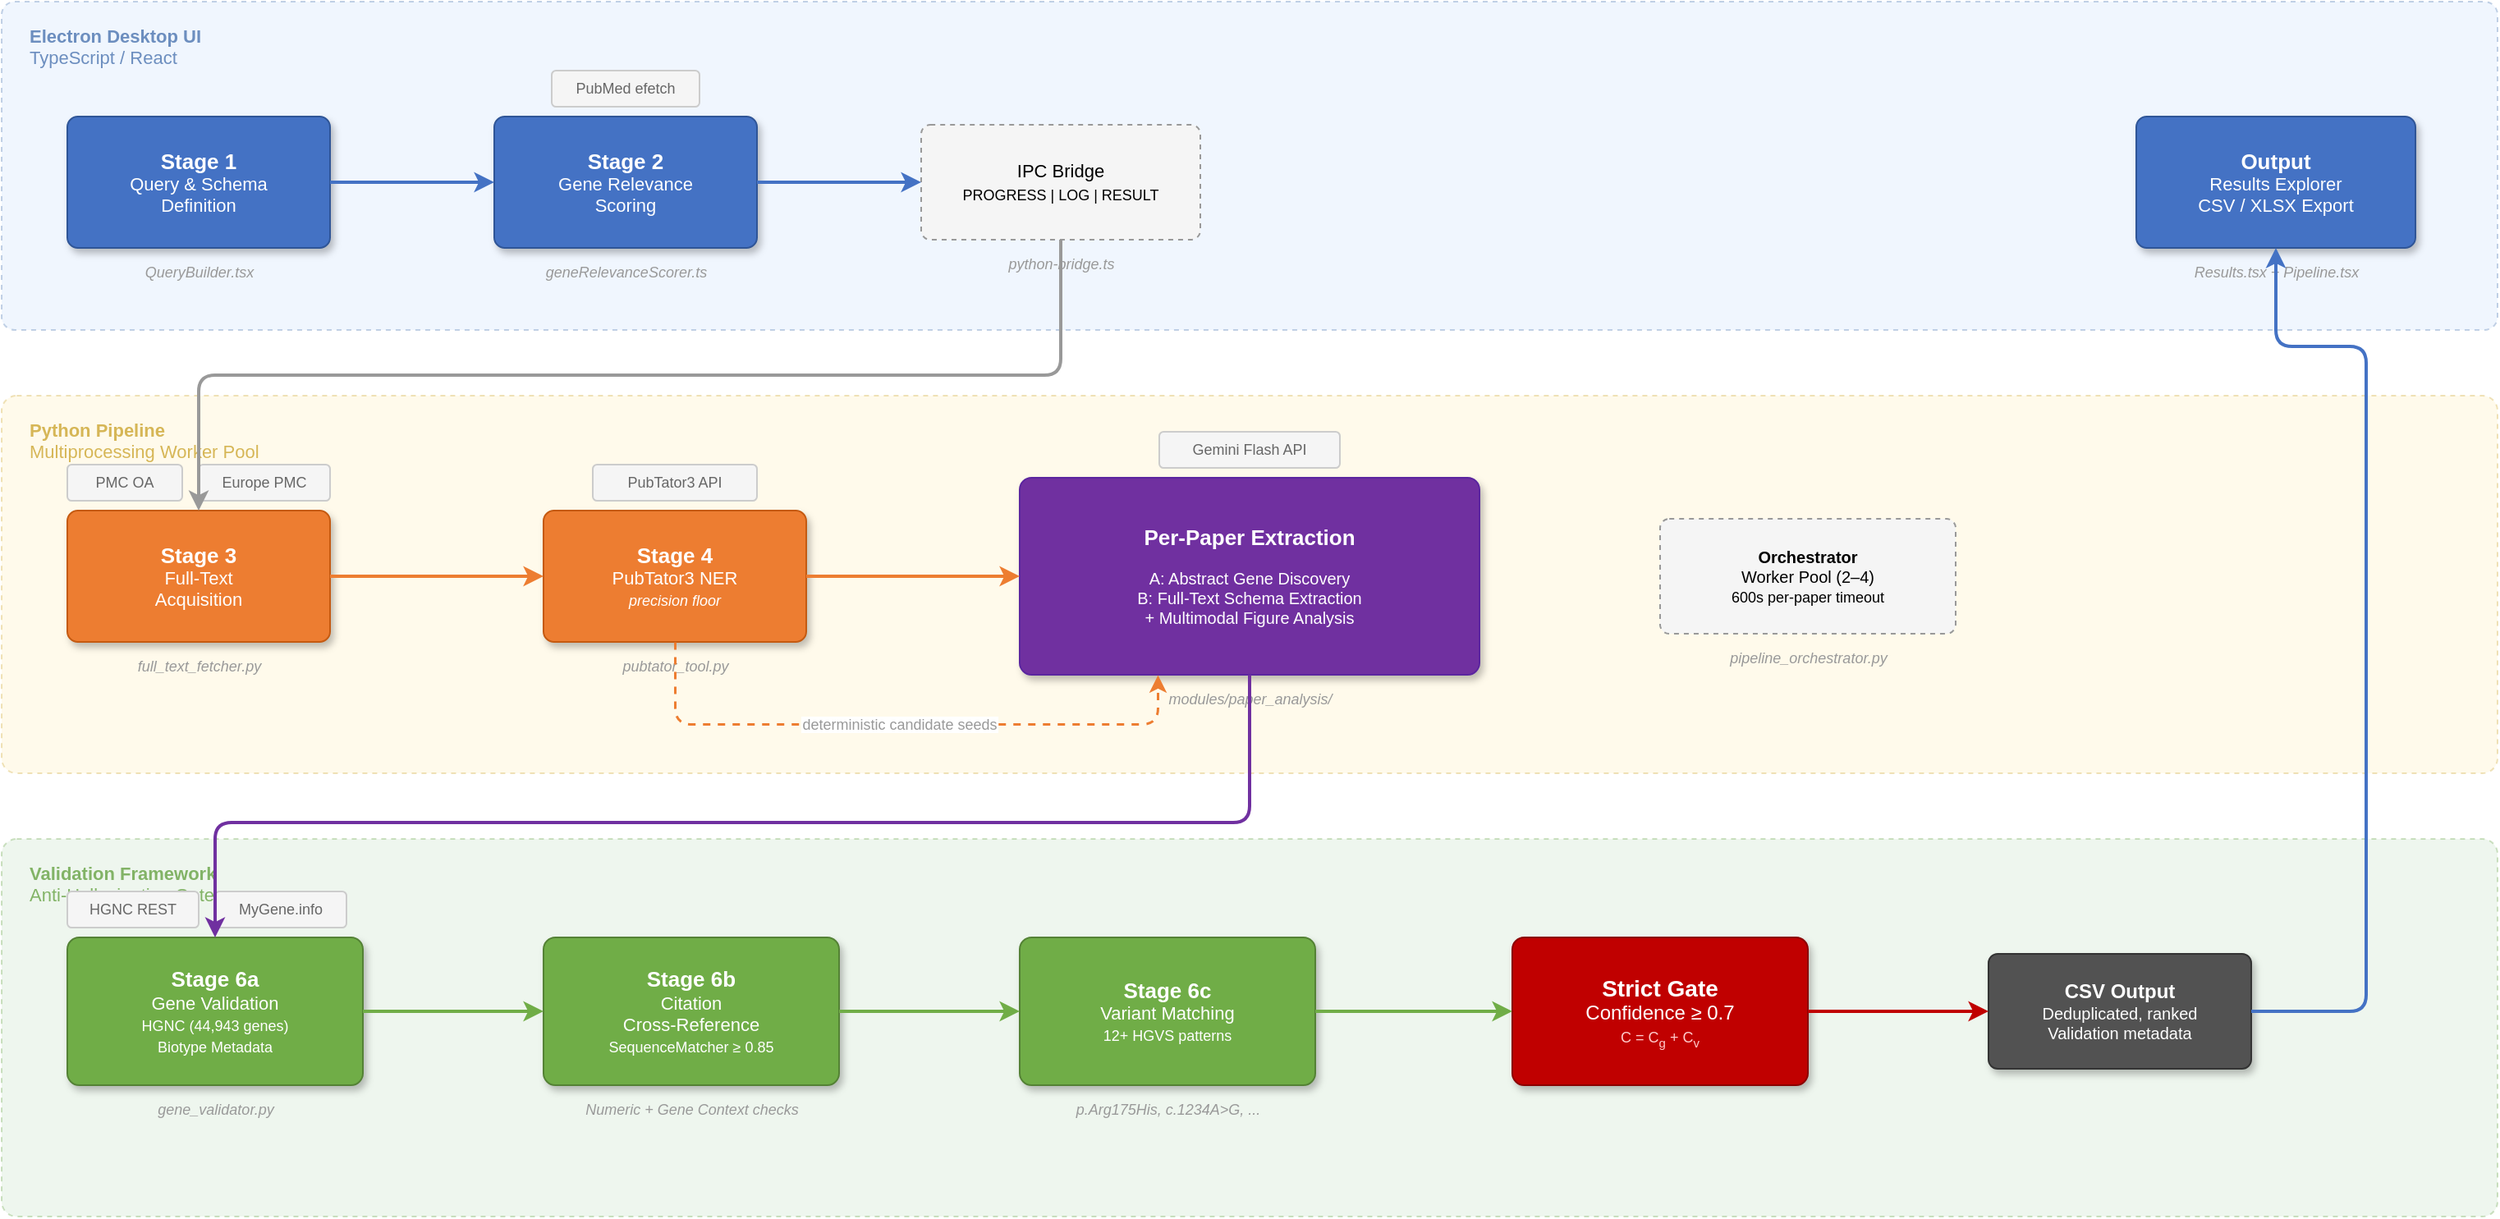
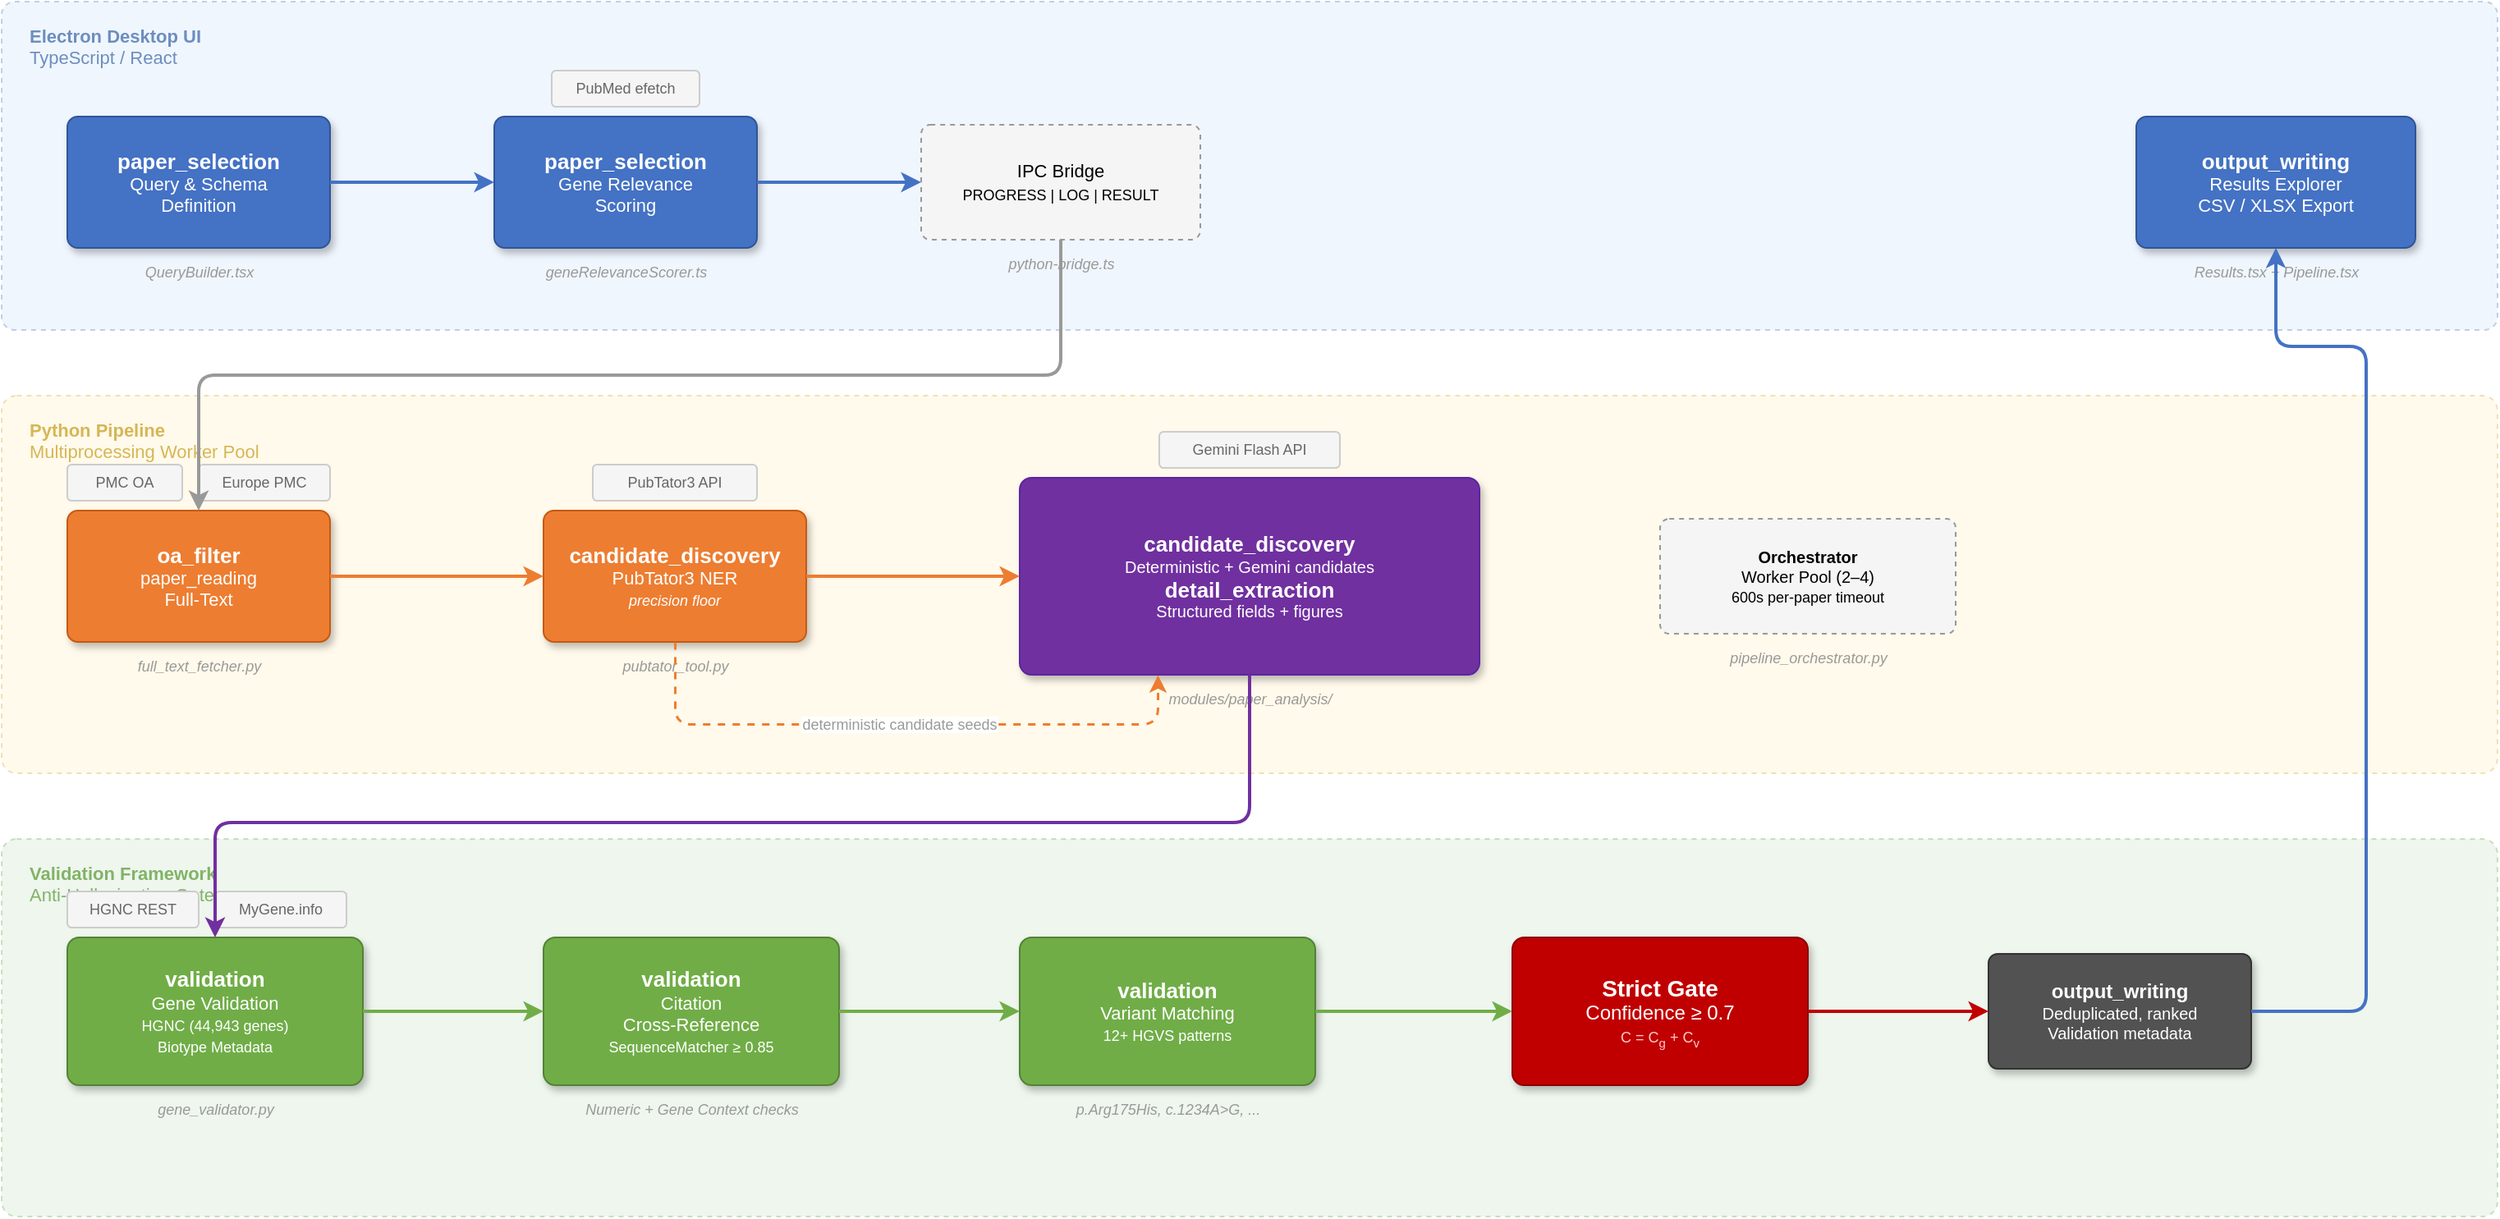
<mxfile host="app.diagrams.net" modified="2026-03-09T13:00:00.000Z" agent="Claude" version="21.0.0">
  <diagram name="Architecture" id="arch">
    <mxGraphModel dx="1422" dy="762" grid="1" gridSize="10" guides="1" tooltips="1" connect="1" arrows="1" fold="1" page="1" pageScale="1" pageWidth="1600" pageHeight="900" math="0" shadow="0">
      <root>
        <mxCell id="0"/>
        <mxCell id="1" parent="0"/>

        <!-- ═══ LAYER BACKGROUNDS ═══ -->
        <!-- UI Layer -->
        <mxCell id="bg_ui" value="" style="rounded=1;whiteSpace=wrap;html=1;fillColor=#dae8fc;strokeColor=#6c8ebf;strokeWidth=1;dashed=1;opacity=40;arcSize=4;" vertex="1" parent="1">
          <mxGeometry x="40" y="30" width="1520" height="200" as="geometry"/>
        </mxCell>
        <mxCell id="bg_ui_label" value="&lt;b&gt;Electron Desktop UI&lt;/b&gt;&lt;br&gt;TypeScript / React" style="text;html=1;fontSize=11;fontColor=#6c8ebf;align=left;verticalAlign=top;" vertex="1" parent="1">
          <mxGeometry x="55" y="38" width="180" height="40" as="geometry"/>
        </mxCell>

        <!-- Pipeline Layer -->
        <mxCell id="bg_pipe" value="" style="rounded=1;whiteSpace=wrap;html=1;fillColor=#fff2cc;strokeColor=#d6b656;strokeWidth=1;dashed=1;opacity=40;arcSize=4;" vertex="1" parent="1">
          <mxGeometry x="40" y="270" width="1520" height="230" as="geometry"/>
        </mxCell>
        <mxCell id="bg_pipe_label" value="&lt;b&gt;Python Pipeline&lt;/b&gt;&lt;br&gt;Multiprocessing Worker Pool" style="text;html=1;fontSize=11;fontColor=#d6b656;align=left;verticalAlign=top;" vertex="1" parent="1">
          <mxGeometry x="55" y="278" width="220" height="40" as="geometry"/>
        </mxCell>

        <!-- Validation Layer -->
        <mxCell id="bg_val" value="" style="rounded=1;whiteSpace=wrap;html=1;fillColor=#d5e8d4;strokeColor=#82b366;strokeWidth=1;dashed=1;opacity=40;arcSize=4;" vertex="1" parent="1">
          <mxGeometry x="40" y="540" width="1520" height="230" as="geometry"/>
        </mxCell>
        <mxCell id="bg_val_label" value="&lt;b&gt;Validation Framework&lt;/b&gt;&lt;br&gt;Anti-Hallucination Gates" style="text;html=1;fontSize=11;fontColor=#82b366;align=left;verticalAlign=top;" vertex="1" parent="1">
          <mxGeometry x="55" y="548" width="220" height="40" as="geometry"/>
        </mxCell>

        <!-- ═══ UI LAYER BOXES ═══ -->
-         <!-- Stage 1: Query -->
-         <mxCell id="s1" value="&lt;b style=&quot;font-size:13px&quot;&gt;Stage 1&lt;/b&gt;&lt;br&gt;Query &amp; Schema&lt;br&gt;Definition" style="rounded=1;whiteSpace=wrap;html=1;fillColor=#4472C4;fontColor=#ffffff;strokeColor=#2F5597;fontSize=11;arcSize=8;shadow=1;" vertex="1" parent="1">
+         <!-- paper_selection: Query -->
+         <mxCell id="s1" value="&lt;b style=&quot;font-size:13px&quot;&gt;paper_selection&lt;/b&gt;&lt;br&gt;Query &amp; Schema&lt;br&gt;Definition" style="rounded=1;whiteSpace=wrap;html=1;fillColor=#4472C4;fontColor=#ffffff;strokeColor=#2F5597;fontSize=11;arcSize=8;shadow=1;" vertex="1" parent="1">
          <mxGeometry x="80" y="100" width="160" height="80" as="geometry"/>
        </mxCell>
        <mxCell id="s1_file" value="QueryBuilder.tsx" style="text;html=1;fontSize=9;fontColor=#999999;fontStyle=2;align=center;" vertex="1" parent="1">
          <mxGeometry x="80" y="183" width="160" height="20" as="geometry"/>
        </mxCell>

-         <!-- Stage 2: Relevance -->
-         <mxCell id="s2" value="&lt;b style=&quot;font-size:13px&quot;&gt;Stage 2&lt;/b&gt;&lt;br&gt;Gene Relevance&lt;br&gt;Scoring" style="rounded=1;whiteSpace=wrap;html=1;fillColor=#4472C4;fontColor=#ffffff;strokeColor=#2F5597;fontSize=11;arcSize=8;shadow=1;" vertex="1" parent="1">
+         <!-- paper_selection: Relevance -->
+         <mxCell id="s2" value="&lt;b style=&quot;font-size:13px&quot;&gt;paper_selection&lt;/b&gt;&lt;br&gt;Gene Relevance&lt;br&gt;Scoring" style="rounded=1;whiteSpace=wrap;html=1;fillColor=#4472C4;fontColor=#ffffff;strokeColor=#2F5597;fontSize=11;arcSize=8;shadow=1;" vertex="1" parent="1">
          <mxGeometry x="340" y="100" width="160" height="80" as="geometry"/>
        </mxCell>
        <mxCell id="s2_file" value="geneRelevanceScorer.ts" style="text;html=1;fontSize=9;fontColor=#999999;fontStyle=2;align=center;" vertex="1" parent="1">
          <mxGeometry x="340" y="183" width="160" height="20" as="geometry"/>
        </mxCell>
        <mxCell id="s2_api" value="PubMed efetch" style="rounded=1;whiteSpace=wrap;html=1;fillColor=#f5f5f5;strokeColor=#cccccc;fontSize=9;fontColor=#666666;arcSize=12;" vertex="1" parent="1">
          <mxGeometry x="375" y="72" width="90" height="22" as="geometry"/>
        </mxCell>

        <!-- IPC Bridge -->
        <mxCell id="ipc" value="IPC Bridge&lt;br&gt;&lt;font style=&quot;font-size:9px&quot;&gt;PROGRESS | LOG | RESULT&lt;/font&gt;" style="rounded=1;whiteSpace=wrap;html=1;fillColor=#f5f5f5;strokeColor=#999999;fontSize=11;dashed=1;arcSize=8;" vertex="1" parent="1">
          <mxGeometry x="600" y="105" width="170" height="70" as="geometry"/>
        </mxCell>
        <mxCell id="ipc_file" value="python-bridge.ts" style="text;html=1;fontSize=9;fontColor=#999999;fontStyle=2;align=center;" vertex="1" parent="1">
          <mxGeometry x="600" y="178" width="170" height="20" as="geometry"/>
        </mxCell>

        <!-- Output: Results -->
-         <mxCell id="out" value="&lt;b style=&quot;font-size:13px&quot;&gt;Output&lt;/b&gt;&lt;br&gt;Results Explorer&lt;br&gt;CSV / XLSX Export" style="rounded=1;whiteSpace=wrap;html=1;fillColor=#4472C4;fontColor=#ffffff;strokeColor=#2F5597;fontSize=11;arcSize=8;shadow=1;" vertex="1" parent="1">
+         <mxCell id="out" value="&lt;b style=&quot;font-size:13px&quot;&gt;output_writing&lt;/b&gt;&lt;br&gt;Results Explorer&lt;br&gt;CSV / XLSX Export" style="rounded=1;whiteSpace=wrap;html=1;fillColor=#4472C4;fontColor=#ffffff;strokeColor=#2F5597;fontSize=11;arcSize=8;shadow=1;" vertex="1" parent="1">
          <mxGeometry x="1340" y="100" width="170" height="80" as="geometry"/>
        </mxCell>
        <mxCell id="out_file" value="Results.tsx + Pipeline.tsx" style="text;html=1;fontSize=9;fontColor=#999999;fontStyle=2;align=center;" vertex="1" parent="1">
          <mxGeometry x="1340" y="183" width="170" height="20" as="geometry"/>
        </mxCell>

        <!-- ═══ PIPELINE LAYER BOXES ═══ -->
-         <!-- Stage 3: Full Text -->
-         <mxCell id="s3" value="&lt;b style=&quot;font-size:13px&quot;&gt;Stage 3&lt;/b&gt;&lt;br&gt;Full-Text&lt;br&gt;Acquisition" style="rounded=1;whiteSpace=wrap;html=1;fillColor=#ED7D31;fontColor=#ffffff;strokeColor=#C55A11;fontSize=11;arcSize=8;shadow=1;" vertex="1" parent="1">
+         <!-- oa_filter + paper_reading: Full Text -->
+         <mxCell id="s3" value="&lt;b style=&quot;font-size:13px&quot;&gt;oa_filter&lt;/b&gt;&lt;br&gt;paper_reading&lt;br&gt;Full-Text" style="rounded=1;whiteSpace=wrap;html=1;fillColor=#ED7D31;fontColor=#ffffff;strokeColor=#C55A11;fontSize=11;arcSize=8;shadow=1;" vertex="1" parent="1">
          <mxGeometry x="80" y="340" width="160" height="80" as="geometry"/>
        </mxCell>
        <mxCell id="s3_file" value="full_text_fetcher.py" style="text;html=1;fontSize=9;fontColor=#999999;fontStyle=2;align=center;" vertex="1" parent="1">
          <mxGeometry x="80" y="423" width="160" height="20" as="geometry"/>
        </mxCell>
        <mxCell id="s3_api1" value="PMC OA" style="rounded=1;whiteSpace=wrap;html=1;fillColor=#f5f5f5;strokeColor=#cccccc;fontSize=9;fontColor=#666666;arcSize=12;" vertex="1" parent="1">
          <mxGeometry x="80" y="312" width="70" height="22" as="geometry"/>
        </mxCell>
        <mxCell id="s3_api2" value="Europe PMC" style="rounded=1;whiteSpace=wrap;html=1;fillColor=#f5f5f5;strokeColor=#cccccc;fontSize=9;fontColor=#666666;arcSize=12;" vertex="1" parent="1">
          <mxGeometry x="160" y="312" width="80" height="22" as="geometry"/>
        </mxCell>

-         <!-- Stage 4: PubTator -->
-         <mxCell id="s4" value="&lt;b style=&quot;font-size:13px&quot;&gt;Stage 4&lt;/b&gt;&lt;br&gt;PubTator3 NER&lt;br&gt;&lt;font style=&quot;font-size:9px;font-style:italic&quot;&gt;precision floor&lt;/font&gt;" style="rounded=1;whiteSpace=wrap;html=1;fillColor=#ED7D31;fontColor=#ffffff;strokeColor=#C55A11;fontSize=11;arcSize=8;shadow=1;" vertex="1" parent="1">
+         <!-- candidate_discovery: PubTator -->
+         <mxCell id="s4" value="&lt;b style=&quot;font-size:13px&quot;&gt;candidate_discovery&lt;/b&gt;&lt;br&gt;PubTator3 NER&lt;br&gt;&lt;font style=&quot;font-size:9px;font-style:italic&quot;&gt;precision floor&lt;/font&gt;" style="rounded=1;whiteSpace=wrap;html=1;fillColor=#ED7D31;fontColor=#ffffff;strokeColor=#C55A11;fontSize=11;arcSize=8;shadow=1;" vertex="1" parent="1">
          <mxGeometry x="370" y="340" width="160" height="80" as="geometry"/>
        </mxCell>
        <mxCell id="s4_file" value="pubtator_tool.py" style="text;html=1;fontSize=9;fontColor=#999999;fontStyle=2;align=center;" vertex="1" parent="1">
          <mxGeometry x="370" y="423" width="160" height="20" as="geometry"/>
        </mxCell>
        <mxCell id="s4_api" value="PubTator3 API" style="rounded=1;whiteSpace=wrap;html=1;fillColor=#f5f5f5;strokeColor=#cccccc;fontSize=9;fontColor=#666666;arcSize=12;" vertex="1" parent="1">
          <mxGeometry x="400" y="312" width="100" height="22" as="geometry"/>
        </mxCell>

        <!-- Per-paper extraction -->
-         <mxCell id="s5" value="&lt;b style=&quot;font-size:13px&quot;&gt;Per-Paper Extraction&lt;/b&gt;&lt;br&gt;&lt;br&gt;A: Abstract Gene Discovery&lt;br&gt;B: Full-Text Schema Extraction&lt;br&gt;+ Multimodal Figure Analysis" style="rounded=1;whiteSpace=wrap;html=1;fillColor=#7030A0;fontColor=#ffffff;strokeColor=#5B259F;fontSize=10;arcSize=6;shadow=1;" vertex="1" parent="1">
+         <mxCell id="s5" value="&lt;b style=&quot;font-size:13px&quot;&gt;candidate_discovery&lt;/b&gt;&lt;br&gt;Deterministic + Gemini candidates&lt;br&gt;&lt;b style=&quot;font-size:13px&quot;&gt;detail_extraction&lt;/b&gt;&lt;br&gt;Structured fields + figures" style="rounded=1;whiteSpace=wrap;html=1;fillColor=#7030A0;fontColor=#ffffff;strokeColor=#5B259F;fontSize=10;arcSize=6;shadow=1;" vertex="1" parent="1">
          <mxGeometry x="660" y="320" width="280" height="120" as="geometry"/>
        </mxCell>
        <mxCell id="s5_file" value="modules/paper_analysis/" style="text;html=1;fontSize=9;fontColor=#999999;fontStyle=2;align=center;" vertex="1" parent="1">
          <mxGeometry x="660" y="443" width="280" height="20" as="geometry"/>
        </mxCell>
        <mxCell id="s5_api" value="Gemini Flash API" style="rounded=1;whiteSpace=wrap;html=1;fillColor=#f5f5f5;strokeColor=#cccccc;fontSize=9;fontColor=#666666;arcSize=12;" vertex="1" parent="1">
          <mxGeometry x="745" y="292" width="110" height="22" as="geometry"/>
        </mxCell>

        <!-- Orchestrator -->
        <mxCell id="orch" value="&lt;b&gt;Orchestrator&lt;/b&gt;&lt;br&gt;Worker Pool (2–4)&lt;br&gt;&lt;font style=&quot;font-size:9px&quot;&gt;600s per-paper timeout&lt;/font&gt;" style="rounded=1;whiteSpace=wrap;html=1;fillColor=#f5f5f5;strokeColor=#999999;fontSize=10;dashed=1;arcSize=8;" vertex="1" parent="1">
          <mxGeometry x="1050" y="345" width="180" height="70" as="geometry"/>
        </mxCell>
        <mxCell id="orch_file" value="pipeline_orchestrator.py" style="text;html=1;fontSize=9;fontColor=#999999;fontStyle=2;align=center;" vertex="1" parent="1">
          <mxGeometry x="1050" y="418" width="180" height="20" as="geometry"/>
        </mxCell>

        <!-- ═══ VALIDATION LAYER BOXES ═══ -->
-         <!-- Stage 6a: Gene Validation -->
-         <mxCell id="v1" value="&lt;b style=&quot;font-size:13px&quot;&gt;Stage 6a&lt;/b&gt;&lt;br&gt;Gene Validation&lt;br&gt;&lt;font style=&quot;font-size:9px&quot;&gt;HGNC (44,943 genes)&lt;br&gt;Biotype Metadata&lt;/font&gt;" style="rounded=1;whiteSpace=wrap;html=1;fillColor=#70AD47;fontColor=#ffffff;strokeColor=#548235;fontSize=11;arcSize=8;shadow=1;" vertex="1" parent="1">
+         <!-- validation: Gene Validation -->
+         <mxCell id="v1" value="&lt;b style=&quot;font-size:13px&quot;&gt;validation&lt;/b&gt;&lt;br&gt;Gene Validation&lt;br&gt;&lt;font style=&quot;font-size:9px&quot;&gt;HGNC (44,943 genes)&lt;br&gt;Biotype Metadata&lt;/font&gt;" style="rounded=1;whiteSpace=wrap;html=1;fillColor=#70AD47;fontColor=#ffffff;strokeColor=#548235;fontSize=11;arcSize=8;shadow=1;" vertex="1" parent="1">
          <mxGeometry x="80" y="600" width="180" height="90" as="geometry"/>
        </mxCell>
        <mxCell id="v1_file" value="gene_validator.py" style="text;html=1;fontSize=9;fontColor=#999999;fontStyle=2;align=center;" vertex="1" parent="1">
          <mxGeometry x="80" y="693" width="180" height="20" as="geometry"/>
        </mxCell>
        <mxCell id="v1_api1" value="HGNC REST" style="rounded=1;whiteSpace=wrap;html=1;fillColor=#f5f5f5;strokeColor=#cccccc;fontSize=9;fontColor=#666666;arcSize=12;" vertex="1" parent="1">
          <mxGeometry x="80" y="572" width="80" height="22" as="geometry"/>
        </mxCell>
        <mxCell id="v1_api2" value="MyGene.info" style="rounded=1;whiteSpace=wrap;html=1;fillColor=#f5f5f5;strokeColor=#cccccc;fontSize=9;fontColor=#666666;arcSize=12;" vertex="1" parent="1">
          <mxGeometry x="170" y="572" width="80" height="22" as="geometry"/>
        </mxCell>

-         <!-- Stage 6b: Citation -->
-         <mxCell id="v2" value="&lt;b style=&quot;font-size:13px&quot;&gt;Stage 6b&lt;/b&gt;&lt;br&gt;Citation&lt;br&gt;Cross-Reference&lt;br&gt;&lt;font style=&quot;font-size:9px&quot;&gt;SequenceMatcher ≥ 0.85&lt;/font&gt;" style="rounded=1;whiteSpace=wrap;html=1;fillColor=#70AD47;fontColor=#ffffff;strokeColor=#548235;fontSize=11;arcSize=8;shadow=1;" vertex="1" parent="1">
+         <!-- validation: Citation -->
+         <mxCell id="v2" value="&lt;b style=&quot;font-size:13px&quot;&gt;validation&lt;/b&gt;&lt;br&gt;Citation&lt;br&gt;Cross-Reference&lt;br&gt;&lt;font style=&quot;font-size:9px&quot;&gt;SequenceMatcher ≥ 0.85&lt;/font&gt;" style="rounded=1;whiteSpace=wrap;html=1;fillColor=#70AD47;fontColor=#ffffff;strokeColor=#548235;fontSize=11;arcSize=8;shadow=1;" vertex="1" parent="1">
          <mxGeometry x="370" y="600" width="180" height="90" as="geometry"/>
        </mxCell>
        <mxCell id="v2_file" value="Numeric + Gene Context checks" style="text;html=1;fontSize=9;fontColor=#999999;fontStyle=2;align=center;" vertex="1" parent="1">
          <mxGeometry x="370" y="693" width="180" height="20" as="geometry"/>
        </mxCell>

-         <!-- Stage 6c: Variant -->
-         <mxCell id="v3" value="&lt;b style=&quot;font-size:13px&quot;&gt;Stage 6c&lt;/b&gt;&lt;br&gt;Variant Matching&lt;br&gt;&lt;font style=&quot;font-size:9px&quot;&gt;12+ HGVS patterns&lt;/font&gt;" style="rounded=1;whiteSpace=wrap;html=1;fillColor=#70AD47;fontColor=#ffffff;strokeColor=#548235;fontSize=11;arcSize=8;shadow=1;" vertex="1" parent="1">
+         <!-- validation: Variant -->
+         <mxCell id="v3" value="&lt;b style=&quot;font-size:13px&quot;&gt;validation&lt;/b&gt;&lt;br&gt;Variant Matching&lt;br&gt;&lt;font style=&quot;font-size:9px&quot;&gt;12+ HGVS patterns&lt;/font&gt;" style="rounded=1;whiteSpace=wrap;html=1;fillColor=#70AD47;fontColor=#ffffff;strokeColor=#548235;fontSize=11;arcSize=8;shadow=1;" vertex="1" parent="1">
          <mxGeometry x="660" y="600" width="180" height="90" as="geometry"/>
        </mxCell>
        <mxCell id="v3_file" value="p.Arg175His, c.1234A&gt;G, ..." style="text;html=1;fontSize=9;fontColor=#999999;fontStyle=2;align=center;" vertex="1" parent="1">
          <mxGeometry x="660" y="693" width="180" height="20" as="geometry"/>
        </mxCell>

        <!-- Confidence Gate -->
        <mxCell id="gate" value="&lt;b style=&quot;font-size:14px;color:#ffffff&quot;&gt;Strict Gate&lt;/b&gt;&lt;br&gt;&lt;font style=&quot;font-size:12px;color:#ffffff&quot;&gt;Confidence ≥ 0.7&lt;/font&gt;&lt;br&gt;&lt;font style=&quot;font-size:9px;color:#ffcccc&quot;&gt;C = C&lt;sub&gt;g&lt;/sub&gt; + C&lt;sub&gt;v&lt;/sub&gt;&lt;/font&gt;" style="rounded=1;whiteSpace=wrap;html=1;fillColor=#C00000;fontColor=#ffffff;strokeColor=#8B0000;fontSize=11;arcSize=8;shadow=1;" vertex="1" parent="1">
          <mxGeometry x="960" y="600" width="180" height="90" as="geometry"/>
        </mxCell>

-         <!-- CSV Output -->
-         <mxCell id="csv" value="&lt;b style=&quot;font-size:12px&quot;&gt;CSV Output&lt;/b&gt;&lt;br&gt;Deduplicated, ranked&lt;br&gt;Validation metadata" style="rounded=1;whiteSpace=wrap;html=1;fillColor=#525252;fontColor=#ffffff;strokeColor=#333333;fontSize=10;arcSize=8;shadow=1;" vertex="1" parent="1">
+         <!-- output_writing -->
+         <mxCell id="csv" value="&lt;b style=&quot;font-size:12px&quot;&gt;output_writing&lt;/b&gt;&lt;br&gt;Deduplicated, ranked&lt;br&gt;Validation metadata" style="rounded=1;whiteSpace=wrap;html=1;fillColor=#525252;fontColor=#ffffff;strokeColor=#333333;fontSize=10;arcSize=8;shadow=1;" vertex="1" parent="1">
          <mxGeometry x="1250" y="610" width="160" height="70" as="geometry"/>
        </mxCell>

        <!-- ═══ ARROWS ═══ -->
        <!-- UI flow -->
        <mxCell id="a1" style="edgeStyle=orthogonalEdgeStyle;strokeColor=#4472C4;strokeWidth=2;rounded=1;" edge="1" source="s1" target="s2" parent="1">
          <mxGeometry relative="1" as="geometry"/>
        </mxCell>
        <mxCell id="a2" style="edgeStyle=orthogonalEdgeStyle;strokeColor=#4472C4;strokeWidth=2;rounded=1;" edge="1" source="s2" target="ipc" parent="1">
          <mxGeometry relative="1" as="geometry"/>
        </mxCell>

        <!-- IPC down to pipeline -->
        <mxCell id="a3" value="" style="edgeStyle=orthogonalEdgeStyle;strokeColor=#999999;strokeWidth=2;rounded=1;exitX=0.5;exitY=1;entryX=0.5;entryY=0;" edge="1" source="ipc" target="s3" parent="1">
          <mxGeometry relative="1" as="geometry"/>
        </mxCell>

        <!-- Pipeline flow -->
        <mxCell id="a4" style="edgeStyle=orthogonalEdgeStyle;strokeColor=#ED7D31;strokeWidth=2;rounded=1;" edge="1" source="s3" target="s4" parent="1">
          <mxGeometry relative="1" as="geometry"/>
        </mxCell>
        <mxCell id="a5" style="edgeStyle=orthogonalEdgeStyle;strokeColor=#ED7D31;strokeWidth=2;rounded=1;" edge="1" source="s4" target="s5" parent="1">
          <mxGeometry relative="1" as="geometry"/>
        </mxCell>

        <!-- Deterministic seeds (dashed) -->
        <mxCell id="a_seeds" value="deterministic candidate seeds" style="edgeStyle=orthogonalEdgeStyle;strokeColor=#ED7D31;strokeWidth=1.5;rounded=1;dashed=1;fontSize=9;fontColor=#999999;exitX=0.5;exitY=1;entryX=0.3;entryY=1;" edge="1" source="s4" target="s5" parent="1">
          <mxGeometry relative="1" as="geometry">
            <Array as="points">
              <mxPoint x="450" y="470"/>
              <mxPoint x="744" y="470"/>
            </Array>
          </mxGeometry>
        </mxCell>

        <!-- LLM to Validation -->
        <mxCell id="a6" value="" style="edgeStyle=orthogonalEdgeStyle;strokeColor=#7030A0;strokeWidth=2;rounded=1;exitX=0.5;exitY=1;entryX=0.5;entryY=0;" edge="1" source="s5" target="v1" parent="1">
          <mxGeometry relative="1" as="geometry">
            <Array as="points">
              <mxPoint x="800" y="530"/>
              <mxPoint x="170" y="530"/>
            </Array>
          </mxGeometry>
        </mxCell>

        <!-- Validation flow -->
        <mxCell id="a7" style="edgeStyle=orthogonalEdgeStyle;strokeColor=#70AD47;strokeWidth=2;rounded=1;" edge="1" source="v1" target="v2" parent="1">
          <mxGeometry relative="1" as="geometry"/>
        </mxCell>
        <mxCell id="a8" style="edgeStyle=orthogonalEdgeStyle;strokeColor=#70AD47;strokeWidth=2;rounded=1;" edge="1" source="v2" target="v3" parent="1">
          <mxGeometry relative="1" as="geometry"/>
        </mxCell>
        <mxCell id="a9" style="edgeStyle=orthogonalEdgeStyle;strokeColor=#70AD47;strokeWidth=2;rounded=1;" edge="1" source="v3" target="gate" parent="1">
          <mxGeometry relative="1" as="geometry"/>
        </mxCell>
        <mxCell id="a10" style="edgeStyle=orthogonalEdgeStyle;strokeColor=#C00000;strokeWidth=2;rounded=1;" edge="1" source="gate" target="csv" parent="1">
          <mxGeometry relative="1" as="geometry"/>
        </mxCell>

        <!-- CSV back up to Output -->
        <mxCell id="a11" value="" style="edgeStyle=orthogonalEdgeStyle;strokeColor=#4472C4;strokeWidth=2;rounded=1;exitX=1;exitY=0.5;entryX=0.5;entryY=1;" edge="1" source="csv" target="out" parent="1">
          <mxGeometry relative="1" as="geometry">
            <Array as="points">
              <mxPoint x="1480" y="645"/>
              <mxPoint x="1480" y="240"/>
              <mxPoint x="1425" y="240"/>
            </Array>
          </mxGeometry>
        </mxCell>

      </root>
    </mxGraphModel>
  </diagram>
</mxfile>
